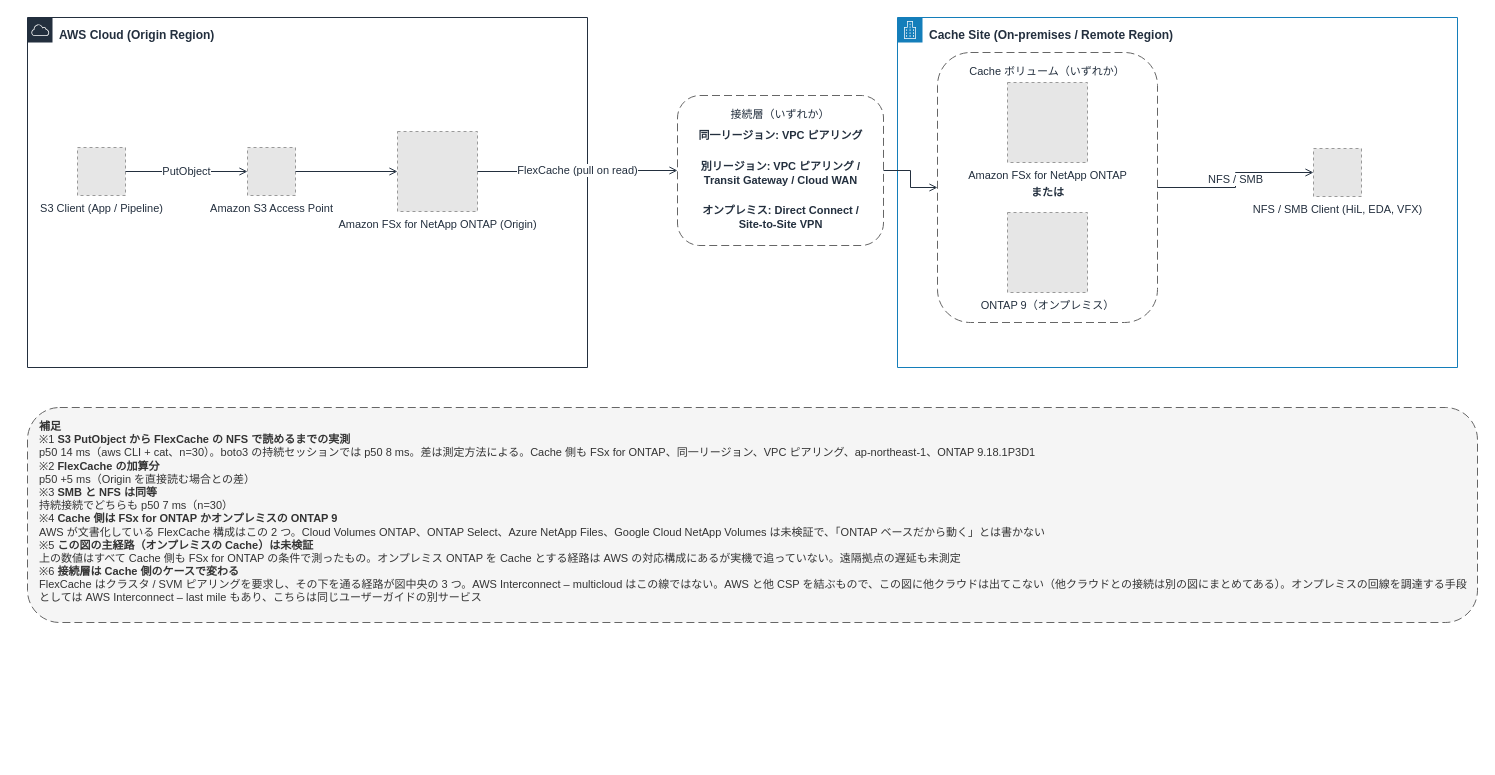
Above: docs/_assets/diagrams/s3burst-architecture-overview.drawio in Yoshiki0705/S3-Burst-on-ONTAP-Files (draw.io), before the change. Source tidied: cells renumbered, new cells numbered last; positions are measured from the earlier drawing's top-left corner, leaving out a move shared by most shapes. Both pictures are drawn from the tidied source at 100%, with x=0, y=0 at pixel (27, 17). Pictures stored in the file or linked from it are replaced by grey dashed boxes.
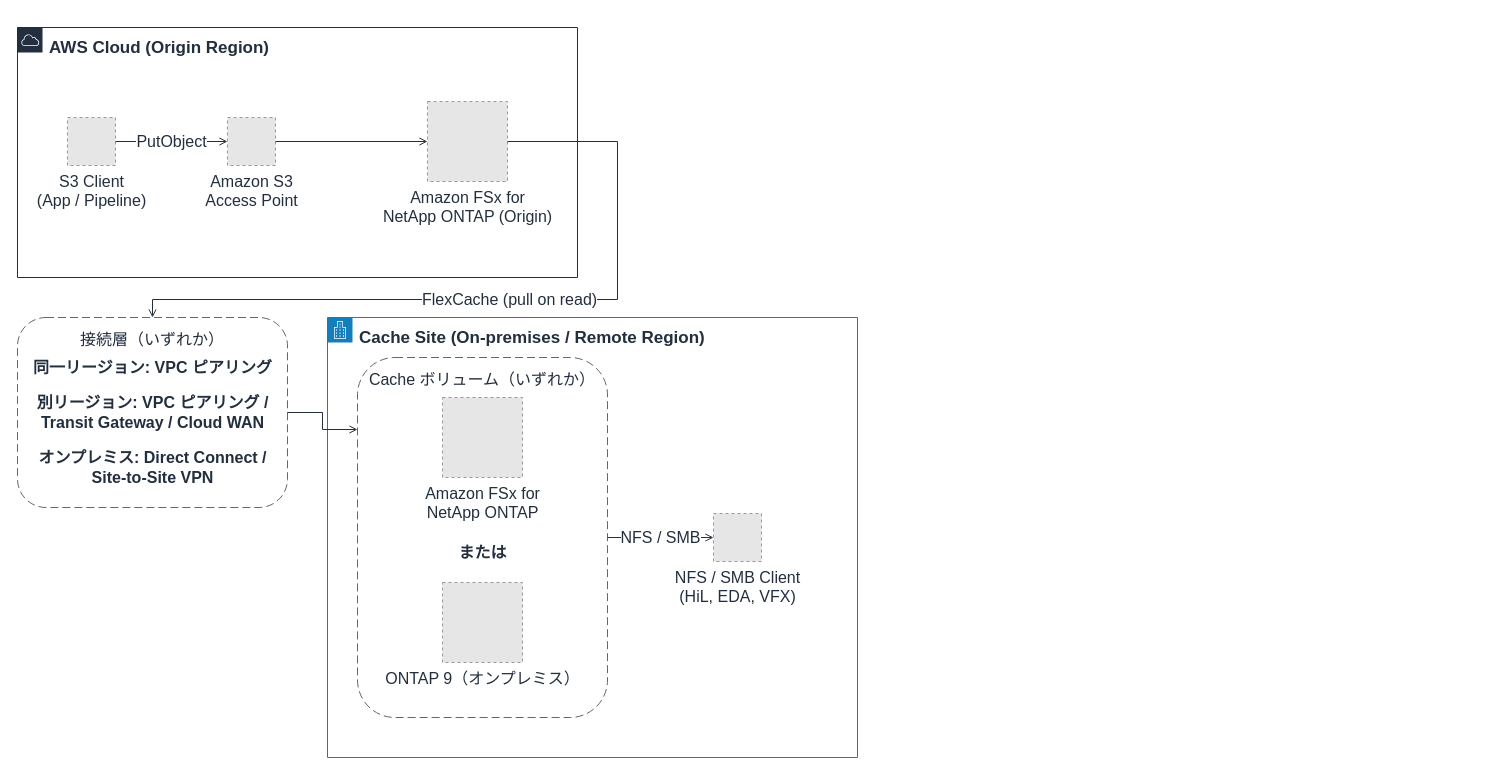
The same diagram, later.

Diff of the diagram source:
```diff
@@
-    <mxCell id="2" value="AWS Cloud (Origin Region)" style="gradientColor=none;html=1;whiteSpace=wrap;fontSize=12;fontStyle=1;fontColor=#232F3E;shape=mxgraph.aws4.group;grIcon=mxgraph.aws4.group_aws_cloud;strokeColor=#232F3E;fillColor=none;verticalAlign=top;align=left;spacingLeft=30;spacingTop=4;dashed=0;" parent="1" vertex="1">
-      <mxGeometry width="560" height="350" as="geometry" />
+    <mxCell id="2" value="AWS Cloud (Origin Region)" style="gradientColor=none;html=1;whiteSpace=wrap;fontSize=17;fontStyle=1;fontColor=#232F3E;shape=mxgraph.aws4.group;grIcon=mxgraph.aws4.group_aws_cloud;strokeColor=#232F3E;fillColor=none;verticalAlign=top;align=left;spacingLeft=30;spacingTop=4;dashed=0;" parent="1" vertex="1">
+      <mxGeometry x="-10" y="10" width="560" height="250" as="geometry" />
     </mxCell>
-    <mxCell id="3" value="Cache Site (On-premises / Remote Region)" style="gradientColor=none;html=1;whiteSpace=wrap;fontSize=12;fontStyle=1;fontColor=#232F3E;shape=mxgraph.aws4.group;grIcon=mxgraph.aws4.group_corporate_data_center;strokeColor=#147EBA;fillColor=none;verticalAlign=top;align=left;spacingLeft=30;spacingTop=4;dashed=0;" parent="1" vertex="1">
-      <mxGeometry x="870" width="560" height="350" as="geometry" />
+    <mxCell id="3" value="Cache Site (On-premises / Remote Region)" style="gradientColor=none;html=1;whiteSpace=wrap;fontSize=17;fontStyle=1;fontColor=#232F3E;shape=mxgraph.aws4.group;grIcon=mxgraph.aws4.group_corporate_data_center;strokeColor=#147EBA;fillColor=none;verticalAlign=top;align=left;spacingLeft=30;spacingTop=4;dashed=0;" parent="1" vertex="1">
+      <mxGeometry x="300" y="300" width="530" height="440" as="geometry" />
     </mxCell>
-    <mxCell id="4" value="Cache ボリューム（いずれか）" style="rounded=1;whiteSpace=wrap;html=1;dashed=1;dashPattern=8 4;strokeColor=#666666;fillColor=none;fontColor=#232F3E;fontSize=11;verticalAlign=top;align=center;spacingTop=6;" parent="1" vertex="1">
-      <mxGeometry x="910" y="35" width="220" height="270" as="geometry" />
+    <mxCell id="4" value="Cache ボリューム（いずれか）" style="rounded=1;whiteSpace=wrap;html=1;dashed=1;dashPattern=8 4;strokeColor=#666666;fillColor=none;fontColor=#232F3E;fontSize=16;verticalAlign=top;align=center;spacingTop=6;" parent="1" vertex="1">
+      <mxGeometry x="330" y="340" width="250" height="360" as="geometry" />
     </mxCell>
-    <mxCell id="5" value="接続層（いずれか）" style="rounded=1;whiteSpace=wrap;html=1;dashed=1;dashPattern=8 4;strokeColor=#666666;fillColor=none;fontColor=#232F3E;fontSize=11;verticalAlign=top;align=center;spacingTop=6;" parent="1" vertex="1">
-      <mxGeometry x="650" y="78" width="206" height="150" as="geometry" />
+    <mxCell id="5" value="接続層（いずれか）" style="rounded=1;whiteSpace=wrap;html=1;dashed=1;dashPattern=8 4;strokeColor=#666666;fillColor=none;fontColor=#232F3E;fontSize=16;verticalAlign=top;align=center;spacingTop=6;" parent="1" vertex="1">
+      <mxGeometry x="-10" y="300" width="270" height="190" as="geometry" />
     </mxCell>
-    <mxCell id="6" value="または" style="text;html=1;strokeColor=none;fillColor=none;align=center;verticalAlign=middle;fontSize=11;fontStyle=1;fontColor=#232F3E;" parent="1" vertex="1">
-      <mxGeometry x="970" y="165" width="100" height="20" as="geometry" />
+    <mxCell id="6" value="または" style="text;html=1;strokeColor=none;fillColor=none;align=center;verticalAlign=middle;fontSize=16;fontStyle=1;fontColor=#232F3E;" parent="1" vertex="1">
+      <mxGeometry x="420" y="525" width="70" height="20" as="geometry" />
     </mxCell>
-    <mxCell id="7" value="同一リージョン: VPC ピアリング" style="text;html=1;strokeColor=none;fillColor=none;align=center;verticalAlign=middle;fontSize=11;fontStyle=1;fontColor=#232F3E;" parent="1" vertex="1">
-      <mxGeometry x="658" y="108" width="190" height="20" as="geometry" />
+    <mxCell id="7" value="同一リージョン: VPC ピアリング" style="text;html=1;strokeColor=none;fillColor=none;align=center;verticalAlign=middle;fontSize=16;fontStyle=1;fontColor=#232F3E;" parent="1" vertex="1">
+      <mxGeometry x="5" y="340" width="240" height="20" as="geometry" />
     </mxCell>
-    <mxCell id="8" value="別リージョン: VPC ピアリング /&lt;br&gt;Transit Gateway / Cloud WAN" style="text;html=1;strokeColor=none;fillColor=none;align=center;verticalAlign=middle;fontSize=11;fontStyle=1;fontColor=#232F3E;" parent="1" vertex="1">
-      <mxGeometry x="658" y="140" width="190" height="32" as="geometry" />
+    <mxCell id="8" value="別リージョン: VPC ピアリング /&lt;br&gt;Transit Gateway / Cloud WAN" style="text;html=1;strokeColor=none;fillColor=none;align=center;verticalAlign=middle;fontSize=16;fontStyle=1;fontColor=#232F3E;" parent="1" vertex="1">
+      <mxGeometry x="5" y="375" width="240" height="40" as="geometry" />
     </mxCell>
-    <mxCell id="9" value="オンプレミス: Direct Connect /&lt;br&gt;Site-to-Site VPN" style="text;html=1;strokeColor=none;fillColor=none;align=center;verticalAlign=middle;fontSize=11;fontStyle=1;fontColor=#232F3E;" parent="1" vertex="1">
-      <mxGeometry x="658" y="184" width="190" height="32" as="geometry" />
+    <mxCell id="9" value="オンプレミス: Direct Connect /&lt;br&gt;Site-to-Site VPN" style="text;html=1;strokeColor=none;fillColor=none;align=center;verticalAlign=middle;fontSize=16;fontStyle=1;fontColor=#232F3E;" parent="1" vertex="1">
+      <mxGeometry x="5" y="430" width="240" height="40" as="geometry" />
     </mxCell>
-    <mxCell id="10" value="S3 Client (App / Pipeline)" style="fillColor=#E6E6E6;strokeColor=#999999;dashed=1;html=1;verticalLabelPosition=bottom;verticalAlign=top;labelPosition=center;align=center;fontSize=11;fontColor=#232F3E;" parent="1" vertex="1">
-      <mxGeometry x="50" y="130" width="48" height="48" as="geometry" />
+    <mxCell id="10" value="S3 Client&#10;(App / Pipeline)" style="fillColor=#E6E6E6;strokeColor=#999999;dashed=1;html=1;verticalLabelPosition=bottom;verticalAlign=top;labelPosition=center;align=center;fontSize=16;fontColor=#232F3E;" parent="1" vertex="1">
+      <mxGeometry x="40" y="100" width="48" height="48" as="geometry" />
     </mxCell>
-    <mxCell id="11" value="Amazon S3 Access Point" style="fillColor=#E6E6E6;strokeColor=#999999;dashed=1;html=1;verticalLabelPosition=bottom;verticalAlign=top;labelPosition=center;align=center;fontSize=11;fontColor=#232F3E;" parent="1" vertex="1">
-      <mxGeometry x="220" y="130" width="48" height="48" as="geometry" />
+    <mxCell id="11" value="Amazon S3&#10;Access Point" style="fillColor=#E6E6E6;strokeColor=#999999;dashed=1;html=1;verticalLabelPosition=bottom;verticalAlign=top;labelPosition=center;align=center;fontSize=16;fontColor=#232F3E;" parent="1" vertex="1">
+      <mxGeometry x="200" y="100" width="48" height="48" as="geometry" />
     </mxCell>
-    <mxCell id="12" value="Amazon FSx for NetApp ONTAP (Origin)" style="fillColor=#E6E6E6;strokeColor=#999999;dashed=1;html=1;verticalLabelPosition=bottom;verticalAlign=top;labelPosition=center;align=center;fontSize=11;fontColor=#232F3E;" parent="1" vertex="1">
-      <mxGeometry x="370" y="114" width="80" height="80" as="geometry" />
+    <mxCell id="12" value="Amazon FSx for&#10;NetApp ONTAP (Origin)" style="fillColor=#E6E6E6;strokeColor=#999999;dashed=1;html=1;verticalLabelPosition=bottom;verticalAlign=top;labelPosition=center;align=center;fontSize=16;fontColor=#232F3E;" parent="1" vertex="1">
+      <mxGeometry x="400" y="84" width="80" height="80" as="geometry" />
     </mxCell>
-    <mxCell id="13" value="Amazon FSx for NetApp ONTAP" style="fillColor=#E6E6E6;strokeColor=#999999;dashed=1;html=1;verticalLabelPosition=bottom;verticalAlign=top;labelPosition=center;align=center;fontSize=11;fontColor=#232F3E;" parent="1" vertex="1">
-      <mxGeometry x="980" y="65" width="80" height="80" as="geometry" />
+    <mxCell id="13" value="Amazon FSx for&#10;NetApp ONTAP" style="fillColor=#E6E6E6;strokeColor=#999999;dashed=1;html=1;verticalLabelPosition=bottom;verticalAlign=top;labelPosition=center;align=center;fontSize=16;fontColor=#232F3E;" parent="1" vertex="1">
+      <mxGeometry x="415" y="380" width="80" height="80" as="geometry" />
     </mxCell>
-    <mxCell id="14" value="ONTAP 9（オンプレミス）" style="fillColor=#E6E6E6;strokeColor=#999999;dashed=1;html=1;verticalLabelPosition=bottom;verticalAlign=top;labelPosition=center;align=center;fontSize=11;fontColor=#232F3E;" parent="1" vertex="1">
-      <mxGeometry x="980" y="195" width="80" height="80" as="geometry" />
+    <mxCell id="14" value="ONTAP 9（オンプレミス）" style="fillColor=#E6E6E6;strokeColor=#999999;dashed=1;html=1;verticalLabelPosition=bottom;verticalAlign=top;labelPosition=center;align=center;fontSize=16;fontColor=#232F3E;" parent="1" vertex="1">
+      <mxGeometry x="415" y="565" width="80" height="80" as="geometry" />
     </mxCell>
-    <mxCell id="15" value="NFS / SMB Client (HiL, EDA, VFX)" style="fillColor=#E6E6E6;strokeColor=#999999;dashed=1;html=1;verticalLabelPosition=bottom;verticalAlign=top;labelPosition=center;align=center;fontSize=11;fontColor=#232F3E;" parent="1" vertex="1">
-      <mxGeometry x="1286" y="131" width="48" height="48" as="geometry" />
+    <mxCell id="15" value="NFS / SMB Client&#10;(HiL, EDA, VFX)" style="fillColor=#E6E6E6;strokeColor=#999999;dashed=1;html=1;verticalLabelPosition=bottom;verticalAlign=top;labelPosition=center;align=center;fontSize=16;fontColor=#232F3E;" parent="1" vertex="1">
+      <mxGeometry x="686" y="496" width="48" height="48" as="geometry" />
     </mxCell>
-    <mxCell id="16" value="PutObject" style="edgeStyle=orthogonalEdgeStyle;rounded=0;html=1;endArrow=open;endFill=0;strokeColor=#232F3E;strokeWidth=1;fontSize=11;fontColor=#232F3E;" parent="1" edge="1" source="10" target="11">
+    <mxCell id="16" value="PutObject" style="edgeStyle=orthogonalEdgeStyle;rounded=0;html=1;endArrow=open;endFill=0;strokeColor=#232F3E;strokeWidth=1;fontSize=16;fontColor=#232F3E;" parent="1" edge="1" source="10" target="11">
       <mxGeometry relative="1" as="geometry" />
     </mxCell>
-    <mxCell id="17" style="edgeStyle=orthogonalEdgeStyle;rounded=0;html=1;endArrow=open;endFill=0;strokeColor=#232F3E;strokeWidth=1;fontSize=11;fontColor=#232F3E;" parent="1" edge="1" source="11" target="12">
+    <mxCell id="17" style="edgeStyle=orthogonalEdgeStyle;rounded=0;html=1;endArrow=open;endFill=0;strokeColor=#232F3E;strokeWidth=1;fontSize=16;fontColor=#232F3E;" parent="1" edge="1" source="11" target="12">
       <mxGeometry relative="1" as="geometry" />
     </mxCell>
-    <mxCell id="18" value="FlexCache (pull on read)" style="edgeStyle=orthogonalEdgeStyle;rounded=0;html=1;endArrow=open;endFill=0;strokeColor=#232F3E;strokeWidth=1;fontSize=11;fontColor=#232F3E;" parent="1" edge="1" source="12" target="5">
-      <mxGeometry relative="1" as="geometry" />
+    <mxCell id="18" value="FlexCache (pull on read)" style="edgeStyle=orthogonalEdgeStyle;rounded=0;html=1;endArrow=open;endFill=0;strokeColor=#232F3E;strokeWidth=1;fontSize=16;fontColor=#232F3E;exitX=1;exitY=0.5;exitDx=0;exitDy=0;entryX=0.5;entryY=0;entryDx=0;entryDy=0;" parent="1" edge="1" source="12" target="5">
+      <mxGeometry relative="1" as="geometry">
+        <Array as="points">
+          <mxPoint x="590" y="124" />
+          <mxPoint x="590" y="282" />
+          <mxPoint x="125" y="282" />
+        </Array>
+      </mxGeometry>
     </mxCell>
-    <mxCell id="19" style="edgeStyle=orthogonalEdgeStyle;rounded=0;html=1;endArrow=open;endFill=0;strokeColor=#232F3E;strokeWidth=1;fontSize=11;fontColor=#232F3E;" parent="1" edge="1" source="5" target="4">
-      <mxGeometry relative="1" as="geometry" />
+    <mxCell id="19" style="edgeStyle=orthogonalEdgeStyle;rounded=0;html=1;endArrow=open;endFill=0;strokeColor=#232F3E;strokeWidth=1;fontSize=16;fontColor=#232F3E;exitX=1;exitY=0.5;exitDx=0;exitDy=0;entryX=0;entryY=0.2;entryDx=0;entryDy=0;" parent="1" edge="1" source="5" target="4">
+      <mxGeometry relative="1" as="geometry">
+        <Array as="points">
+          <mxPoint x="295" y="395" />
+          <mxPoint x="295" y="412" />
+        </Array>
+      </mxGeometry>
     </mxCell>
-    <mxCell id="20" value="NFS / SMB" style="edgeStyle=orthogonalEdgeStyle;rounded=0;html=1;endArrow=open;endFill=0;strokeColor=#232F3E;strokeWidth=1;fontSize=11;fontColor=#232F3E;" parent="1" edge="1" source="4" target="15">
+    <mxCell id="20" value="NFS / SMB" style="edgeStyle=orthogonalEdgeStyle;rounded=0;html=1;endArrow=open;endFill=0;strokeColor=#232F3E;strokeWidth=1;fontSize=16;fontColor=#232F3E;" parent="1" edge="1" source="4" target="15">
       <mxGeometry relative="1" as="geometry" />
     </mxCell>
-    <mxCell id="21" value="&lt;b&gt;補足&lt;/b&gt;&lt;br&gt;※1 &lt;b&gt;S3 PutObject から FlexCache の NFS で読めるまでの実測&lt;/b&gt;&lt;br&gt;p50 14 ms（aws CLI + cat、n=30）。boto3 の持続セッションでは p50 8 ms。差は測定方法による。Cache 側も FSx for ONTAP、同一リージョン、VPC ピアリング、ap-northeast-1、ONTAP 9.18.1P3D1&lt;br&gt;※2 &lt;b&gt;FlexCache の加算分&lt;/b&gt;&lt;br&gt;p50 +5 ms（Origin を直接読む場合との差）&lt;br&gt;※3 &lt;b&gt;SMB と NFS は同等&lt;/b&gt;&lt;br&gt;持続接続でどちらも p50 7 ms（n=30）&lt;br&gt;※4 &lt;b&gt;Cache 側は FSx for ONTAP かオンプレミスの ONTAP 9&lt;/b&gt;&lt;br&gt;AWS が文書化している FlexCache 構成はこの 2 つ。Cloud Volumes ONTAP、ONTAP Select、Azure NetApp Files、Google Cloud NetApp Volumes は未検証で、「ONTAP ベースだから動く」とは書かない&lt;br&gt;※5 &lt;b&gt;この図の主経路（オンプレミスの Cache）は未検証&lt;/b&gt;&lt;br&gt;上の数値はすべて Cache 側も FSx for ONTAP の条件で測ったもの。オンプレミス ONTAP を Cache とする経路は AWS の対応構成にあるが実機で追っていない。遠隔拠点の遅延も未測定&lt;br&gt;※6 &lt;b&gt;接続層は Cache 側のケースで変わる&lt;/b&gt;&lt;br&gt;FlexCache はクラスタ / SVM ピアリングを要求し、その下を通る経路が図中央の 3 つ。AWS Interconnect – multicloud はこの線ではない。AWS と他 CSP を結ぶもので、この図に他クラウドは出てこない（他クラウドとの接続は別の図にまとめてある）。オンプレミスの回線を調達する手段としては AWS Interconnect – last mile もあり、こちらは同じユーザーガイドの別サービス" style="rounded=1;whiteSpace=wrap;html=1;dashed=1;dashPattern=8 4;strokeColor=#666666;fillColor=#F5F5F5;fontColor=#333333;fontSize=11;align=left;verticalAlign=top;spacingLeft=10;spacingTop=6;" parent="1" vertex="1">
-      <mxGeometry y="390" width="1450" height="215" as="geometry" />
-    </mxCell>
```
